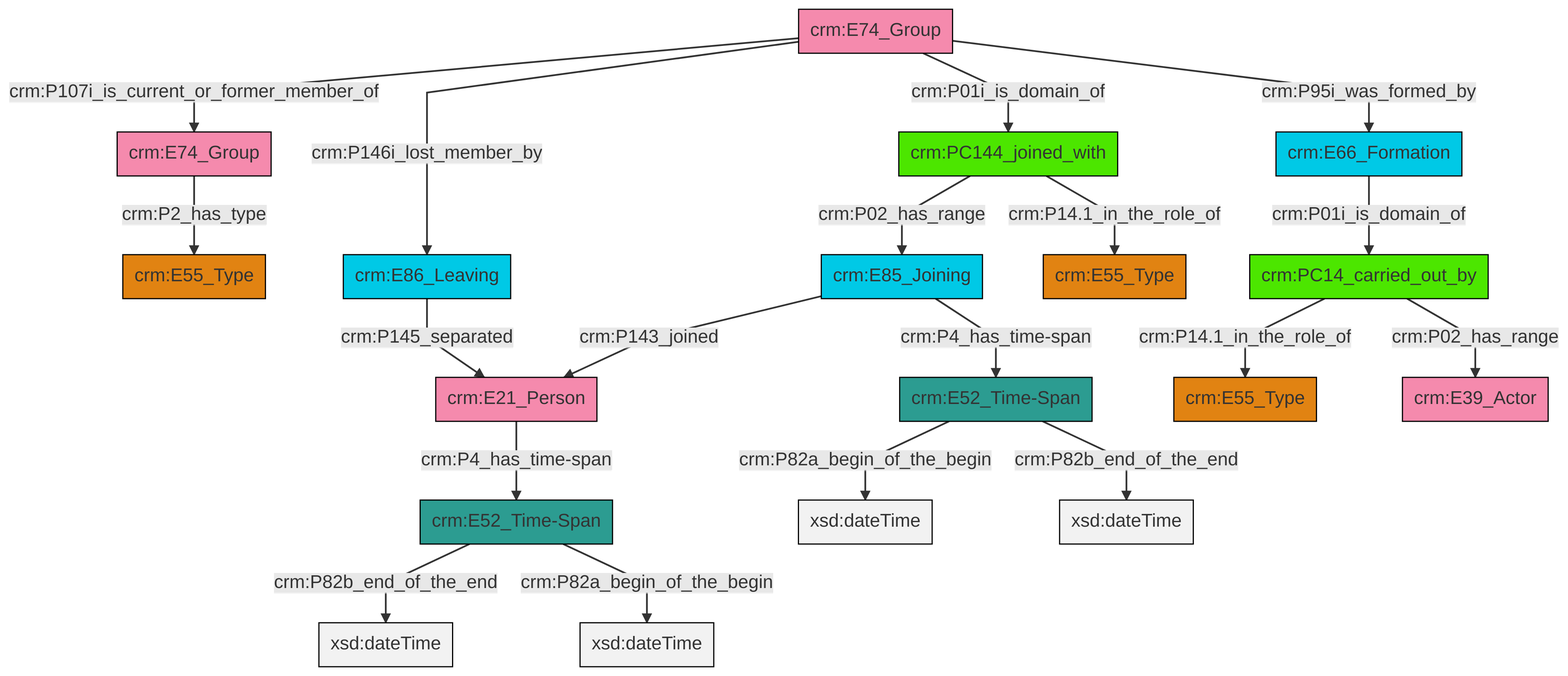
swiss-art-research-net/reference-data-models keeps this Mermaid diagram as et/groupCSV/ttl/mmd/png/group_actor_relations.png. Above is the earlier version. Its source is kept beside it as et/groupCSV/ttl/mmd/group_actor_relations.ttl.mmd.
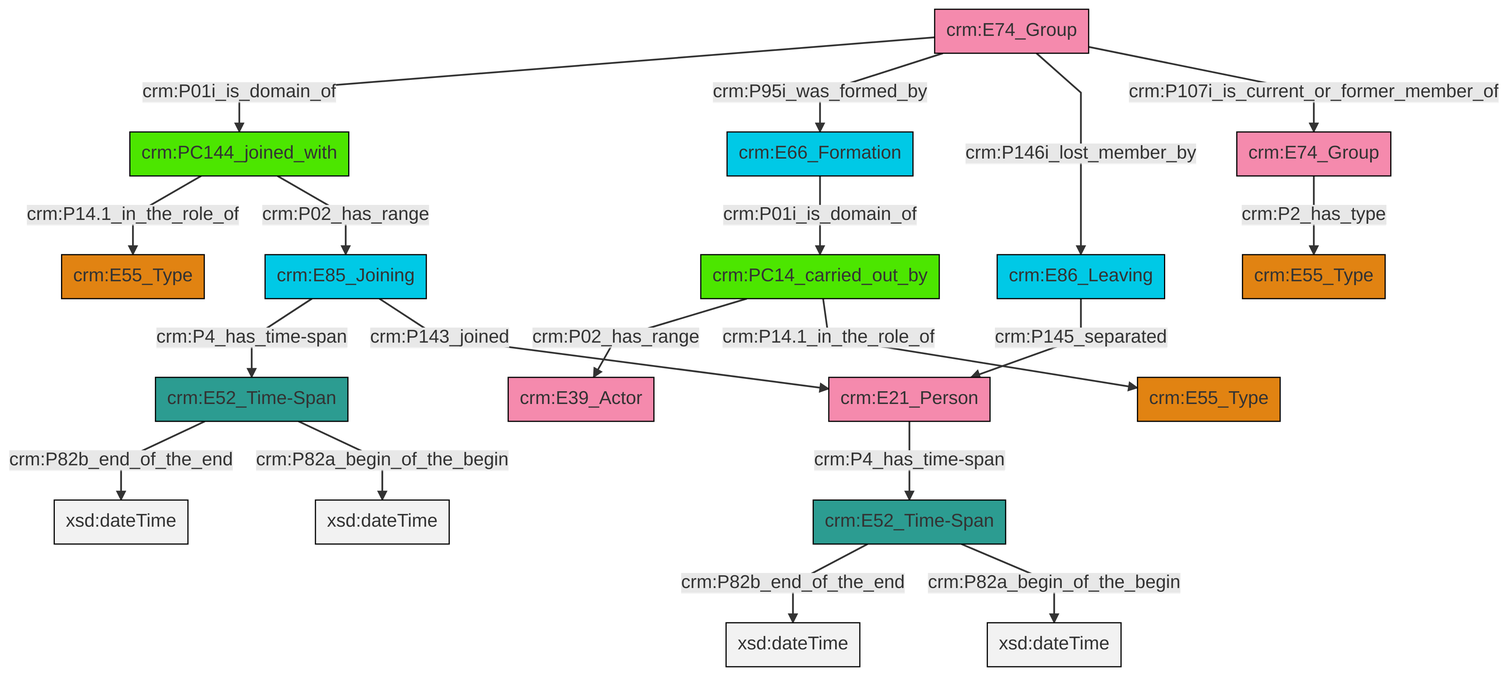
The same file after the commit.

The edit, as a diff of the source:
```diff
@@ -13,21 +13,21 @@
 classDef PC_Classes fill:#4ce600, stroke:#000000;
 classDef Multi fill:#cccccc,stroke:#000000;
 
-0["crm:E21_Person"]:::Actor -->|crm:P4_has_time-span| 1["crm:E52_Time-Span"]:::Time-Span
-4["crm:E85_Joining"]:::Temporal_Entity -->|crm:P143_joined| 0["crm:E21_Person"]:::Actor
-5["crm:PC144_joined_with"]:::PC_Classes -->|crm:P02_has_range| 4["crm:E85_Joining"]:::Temporal_Entity
-5["crm:PC144_joined_with"]:::PC_Classes -->|crm:P14.1_in_the_role_of| 6["crm:E55_Type"]:::Type
-1["crm:E52_Time-Span"]:::Time-Span -->|crm:P82b_end_of_the_end| 11[xsd:dateTime]:::Literal
-13["crm:E74_Group"]:::Actor -->|crm:P107i_is_current_or_former_member_of| 14["crm:E74_Group"]:::Actor
-4["crm:E85_Joining"]:::Temporal_Entity -->|crm:P4_has_time-span| 15["crm:E52_Time-Span"]:::Time-Span
-25["crm:PC14_carried_out_by"]:::PC_Classes -->|crm:P14.1_in_the_role_of| 2["crm:E55_Type"]:::Type
-1["crm:E52_Time-Span"]:::Time-Span -->|crm:P82a_begin_of_the_begin| 28[xsd:dateTime]:::Literal
-25["crm:PC14_carried_out_by"]:::PC_Classes -->|crm:P02_has_range| 19["crm:E39_Actor"]:::Actor
-15["crm:E52_Time-Span"]:::Time-Span -->|crm:P82a_begin_of_the_begin| 30[xsd:dateTime]:::Literal
-13["crm:E74_Group"]:::Actor -->|crm:P146i_lost_member_by| 22["crm:E86_Leaving"]:::Temporal_Entity
-13["crm:E74_Group"]:::Actor -->|crm:P01i_is_domain_of| 5["crm:PC144_joined_with"]:::PC_Classes
-9["crm:E66_Formation"]:::Temporal_Entity -->|crm:P01i_is_domain_of| 25["crm:PC14_carried_out_by"]:::PC_Classes
-22["crm:E86_Leaving"]:::Temporal_Entity -->|crm:P145_separated| 0["crm:E21_Person"]:::Actor
-13["crm:E74_Group"]:::Actor -->|crm:P95i_was_formed_by| 9["crm:E66_Formation"]:::Temporal_Entity
-14["crm:E74_Group"]:::Actor -->|crm:P2_has_type| 7["crm:E55_Type"]:::Type
-15["crm:E52_Time-Span"]:::Time-Span -->|crm:P82b_end_of_the_end| 34[xsd:dateTime]:::Literal
+0["crm:E86_Leaving"]:::Temporal_Entity -->|crm:P145_separated| 1["crm:E21_Person"]:::Actor
+3["crm:E85_Joining"]:::Temporal_Entity -->|crm:P4_has_time-span| 4["crm:E52_Time-Span"]:::Time-Span
+4["crm:E52_Time-Span"]:::Time-Span -->|crm:P82b_end_of_the_end| 5[xsd:dateTime]:::Literal
+6["crm:E74_Group"]:::Actor -->|crm:P01i_is_domain_of| 7["crm:PC144_joined_with"]:::PC_Classes
+3["crm:E85_Joining"]:::Temporal_Entity -->|crm:P143_joined| 1["crm:E21_Person"]:::Actor
+8["crm:E74_Group"]:::Actor -->|crm:P2_has_type| 9["crm:E55_Type"]:::Type
+12["crm:E66_Formation"]:::Temporal_Entity -->|crm:P01i_is_domain_of| 13["crm:PC14_carried_out_by"]:::PC_Classes
+7["crm:PC144_joined_with"]:::PC_Classes -->|crm:P14.1_in_the_role_of| 15["crm:E55_Type"]:::Type
+13["crm:PC14_carried_out_by"]:::PC_Classes -->|crm:P02_has_range| 16["crm:E39_Actor"]:::Actor
+13["crm:PC14_carried_out_by"]:::PC_Classes -->|crm:P14.1_in_the_role_of| 10["crm:E55_Type"]:::Type
+24["crm:E52_Time-Span"]:::Time-Span -->|crm:P82b_end_of_the_end| 25[xsd:dateTime]:::Literal
+6["crm:E74_Group"]:::Actor -->|crm:P95i_was_formed_by| 12["crm:E66_Formation"]:::Temporal_Entity
+6["crm:E74_Group"]:::Actor -->|crm:P146i_lost_member_by| 0["crm:E86_Leaving"]:::Temporal_Entity
+6["crm:E74_Group"]:::Actor -->|crm:P107i_is_current_or_former_member_of| 8["crm:E74_Group"]:::Actor
+4["crm:E52_Time-Span"]:::Time-Span -->|crm:P82a_begin_of_the_begin| 30[xsd:dateTime]:::Literal
+24["crm:E52_Time-Span"]:::Time-Span -->|crm:P82a_begin_of_the_begin| 31[xsd:dateTime]:::Literal
+7["crm:PC144_joined_with"]:::PC_Classes -->|crm:P02_has_range| 3["crm:E85_Joining"]:::Temporal_Entity
+1["crm:E21_Person"]:::Actor -->|crm:P4_has_time-span| 24["crm:E52_Time-Span"]:::Time-Span
```
